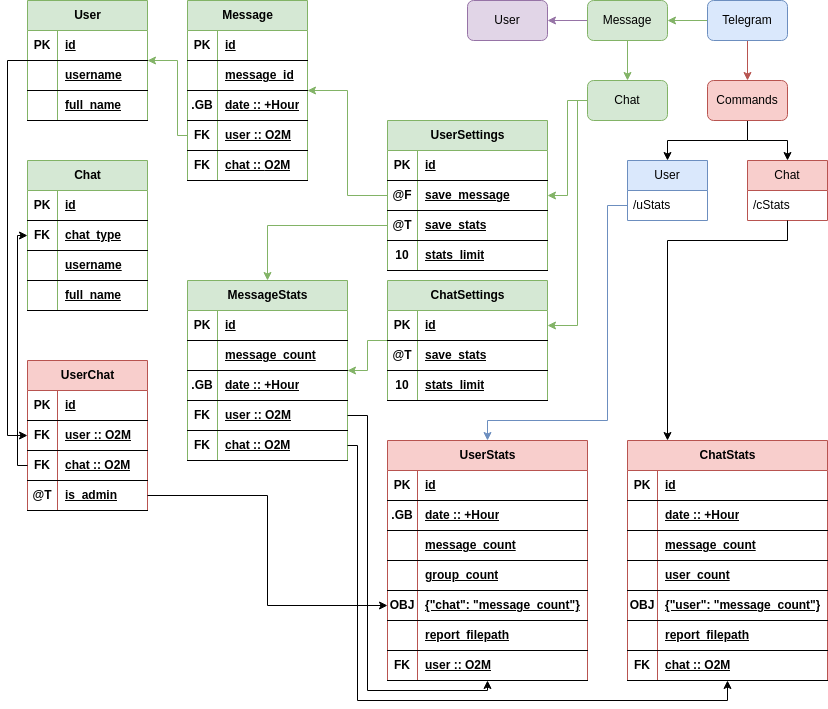
The draw.io diagram static/readme/TgBot.png in sh1chan/SmallToolBox, before a commit. Source tidied: cells renumbered, new cells last; positions are measured from the earlier drawing's top-left corner, leaving out a move shared by most shapes.
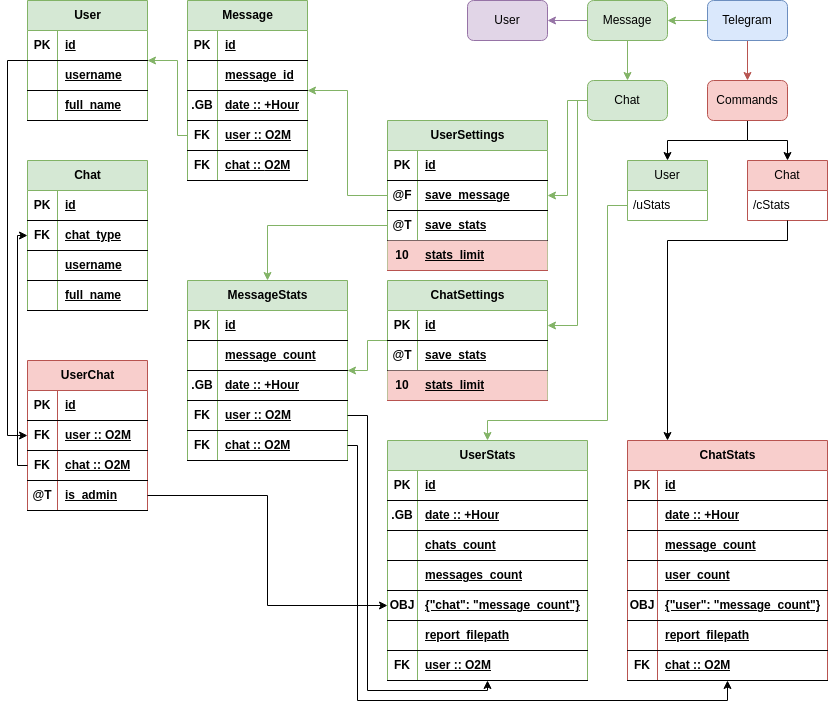
After the change.

Diff of the diagram source:
```diff
@@ -175,7 +175,7 @@
     <mxCell id="53" value="save_stats" style="shape=partialRectangle;fillColor=none;top=0;left=0;bottom=0;right=0;align=left;spacingLeft=6;fontStyle=5;overflow=hidden;whiteSpace=wrap;html=1;" parent="51" vertex="1">
       <mxGeometry x="30" width="130" height="30" as="geometry" />
     </mxCell>
-    <mxCell id="54" style="shape=tableRow;horizontal=0;startSize=0;swimlaneHead=0;swimlaneBody=0;fillColor=none;top=0;left=0;right=0;bottom=1;" parent="44" vertex="1">
+    <mxCell id="54" style="shape=tableRow;horizontal=0;startSize=0;swimlaneHead=0;swimlaneBody=0;fillColor=#f8cecc;top=0;left=0;right=0;bottom=1;strokeColor=#b85450;" parent="44" vertex="1">
       <mxGeometry y="120" width="160" height="30" as="geometry" />
     </mxCell>
     <mxCell id="55" value="10" style="shape=partialRectangle;fillColor=none;top=0;left=0;bottom=0;right=0;fontStyle=1;overflow=hidden;whiteSpace=wrap;html=1;" parent="54" vertex="1">
@@ -256,7 +256,7 @@
     <mxCell id="80" value="save_stats" style="shape=partialRectangle;fillColor=none;top=0;left=0;bottom=0;right=0;align=left;spacingLeft=6;fontStyle=5;overflow=hidden;whiteSpace=wrap;html=1;" parent="78" vertex="1">
       <mxGeometry x="30" width="130" height="30" as="geometry" />
     </mxCell>
-    <mxCell id="81" style="shape=tableRow;horizontal=0;startSize=0;swimlaneHead=0;swimlaneBody=0;fillColor=none;top=0;left=0;right=0;bottom=1;" parent="74" vertex="1">
+    <mxCell id="81" style="shape=tableRow;horizontal=0;startSize=0;swimlaneHead=0;swimlaneBody=0;fillColor=#f8cecc;top=0;left=0;right=0;bottom=1;strokeColor=#b85450;" parent="74" vertex="1">
       <mxGeometry y="90" width="160" height="30" as="geometry" />
     </mxCell>
     <mxCell id="82" value="10" style="shape=partialRectangle;fillColor=none;top=0;left=0;bottom=0;right=0;fontStyle=1;overflow=hidden;whiteSpace=wrap;html=1;" parent="81" vertex="1">
@@ -323,7 +323,7 @@
     <mxCell id="99" value="User" style="whiteSpace=wrap;html=1;rounded=1;fillColor=#e1d5e7;strokeColor=#9673a6;" parent="1" vertex="1">
       <mxGeometry x="460" width="80" height="40" as="geometry" />
     </mxCell>
-    <mxCell id="100" value="UserStats" style="shape=table;startSize=30;rowLines=0;fontStyle=1;align=center;html=1;fillColor=#f8cecc;strokeColor=#b85450;" parent="1" vertex="1">
+    <mxCell id="100" value="UserStats" style="shape=table;startSize=30;rowLines=0;fontStyle=1;align=center;html=1;fillColor=#d5e8d4;strokeColor=#82b366;" parent="1" vertex="1">
       <mxGeometry x="380" y="440" width="200" height="240" as="geometry" />
     </mxCell>
     <mxCell id="101" style="shape=tableRow;horizontal=0;startSize=0;swimlaneHead=0;swimlaneBody=0;fillColor=none;top=0;left=0;right=0;bottom=1;" parent="100" vertex="1">
@@ -350,7 +350,7 @@
     <mxCell id="108" style="shape=partialRectangle;fillColor=none;top=0;left=0;bottom=0;right=0;fontStyle=1;overflow=hidden;whiteSpace=wrap;html=1;" parent="107" vertex="1">
       <mxGeometry width="30" height="30" as="geometry" />
     </mxCell>
-    <mxCell id="109" value="message_count" style="shape=partialRectangle;fillColor=none;top=0;left=0;bottom=0;right=0;align=left;spacingLeft=6;fontStyle=5;overflow=hidden;whiteSpace=wrap;html=1;" parent="107" vertex="1">
+    <mxCell id="109" value="chats_count" style="shape=partialRectangle;fillColor=none;top=0;left=0;bottom=0;right=0;align=left;spacingLeft=6;fontStyle=5;overflow=hidden;whiteSpace=wrap;html=1;" parent="107" vertex="1">
       <mxGeometry x="30" width="170" height="30" as="geometry" />
     </mxCell>
     <mxCell id="110" style="shape=tableRow;horizontal=0;startSize=0;swimlaneHead=0;swimlaneBody=0;fillColor=none;top=0;left=0;right=0;bottom=1;" parent="100" vertex="1">
@@ -359,7 +359,7 @@
     <mxCell id="111" style="shape=partialRectangle;fillColor=none;top=0;left=0;bottom=0;right=0;fontStyle=1;overflow=hidden;whiteSpace=wrap;html=1;" parent="110" vertex="1">
       <mxGeometry width="30" height="30" as="geometry" />
     </mxCell>
-    <mxCell id="112" value="group_count" style="shape=partialRectangle;fillColor=none;top=0;left=0;bottom=0;right=0;align=left;spacingLeft=6;fontStyle=5;overflow=hidden;whiteSpace=wrap;html=1;" parent="110" vertex="1">
+    <mxCell id="112" value="messages_count" style="shape=partialRectangle;fillColor=none;top=0;left=0;bottom=0;right=0;align=left;spacingLeft=6;fontStyle=5;overflow=hidden;whiteSpace=wrap;html=1;" parent="110" vertex="1">
       <mxGeometry x="30" width="170" height="30" as="geometry" />
     </mxCell>
     <mxCell id="113" style="shape=tableRow;horizontal=0;startSize=0;swimlaneHead=0;swimlaneBody=0;fillColor=none;points=[[0,0.5],[1,0.5]];portConstraint=eastwest;top=0;left=0;right=0;bottom=1;" parent="100" vertex="1">
@@ -455,7 +455,7 @@
     <mxCell id="143" value="chat :: O2M" style="shape=partialRectangle;fillColor=none;top=0;left=0;bottom=0;right=0;align=left;spacingLeft=6;fontStyle=5;overflow=hidden;whiteSpace=wrap;html=1;" parent="141" vertex="1">
       <mxGeometry x="30" width="170" height="30" as="geometry" />
     </mxCell>
-    <mxCell id="144" value="User" style="swimlane;fontStyle=0;horizontal=1;startSize=30;whiteSpace=wrap;html=1;fillColor=#dae8fc;strokeColor=#6c8ebf;" parent="1" vertex="1">
+    <mxCell id="144" value="User" style="swimlane;fontStyle=0;horizontal=1;startSize=30;whiteSpace=wrap;html=1;fillColor=#d5e8d4;strokeColor=#82b366;" parent="1" vertex="1">
       <mxGeometry x="620" y="160" width="80" height="60" as="geometry" />
     </mxCell>
     <mxCell id="145" value="/uStats" style="text;strokeColor=none;fillColor=none;align=left;verticalAlign=middle;spacingLeft=4;spacingRight=4;overflow=hidden;points=[[0,0.5],[1,0.5]];portConstraint=eastwest;whiteSpace=wrap;html=1;" parent="144" vertex="1">
@@ -540,7 +540,7 @@
         </Array>
       </mxGeometry>
     </mxCell>
-    <mxCell id="165" style="edgeStyle=orthogonalEdgeStyle;rounded=0;jettySize=auto;html=1;fillColor=#dae8fc;strokeColor=#6c8ebf;" parent="1" edge="1" source="145" target="100">
+    <mxCell id="165" style="edgeStyle=orthogonalEdgeStyle;rounded=0;jettySize=auto;html=1;fillColor=#d5e8d4;strokeColor=#82b366;" parent="1" edge="1" source="145" target="100">
       <mxGeometry relative="1" as="geometry">
         <Array as="points">
           <mxPoint x="600" y="205" />
```
